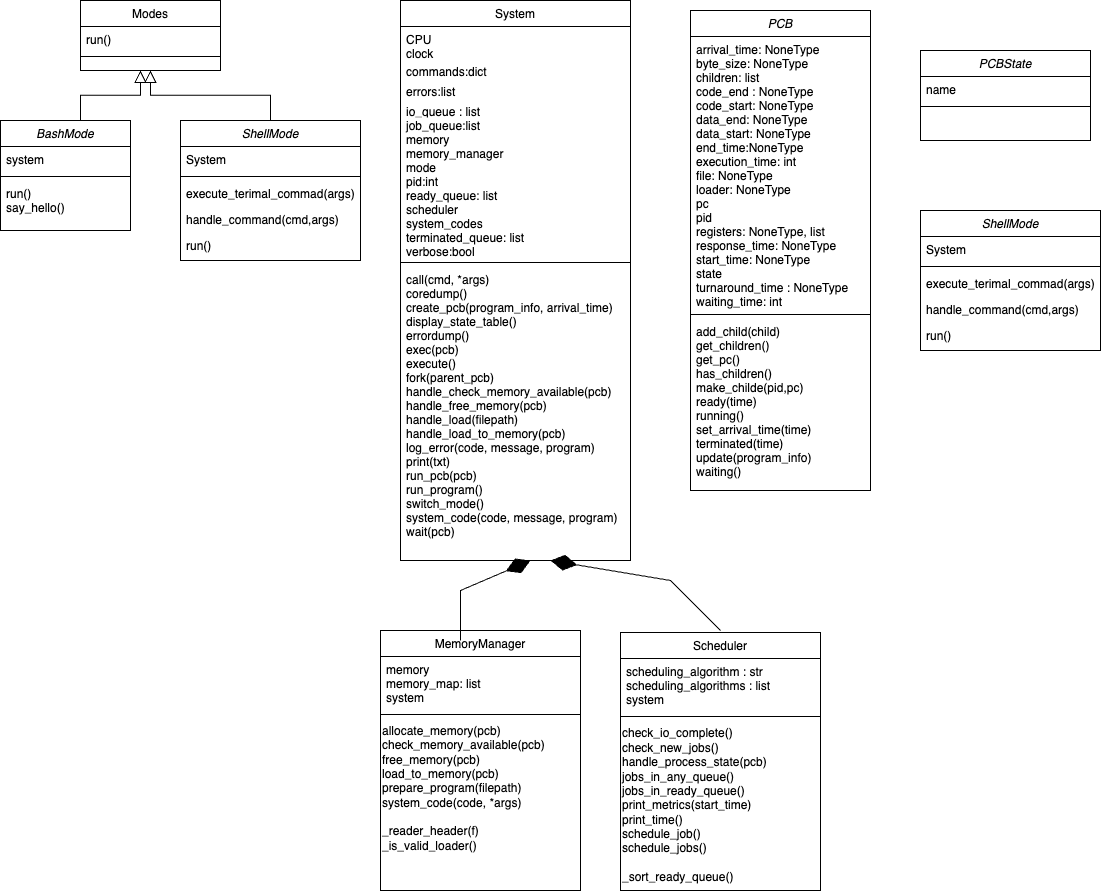
Before: directions/M3_class_diagram.drawio.png, a diagram exported from draw.io (Luly7/new-repo). Source tidied: cells renumbered, new cells last; positions are measured from the earlier drawing's top-left corner, leaving out a move shared by most shapes.
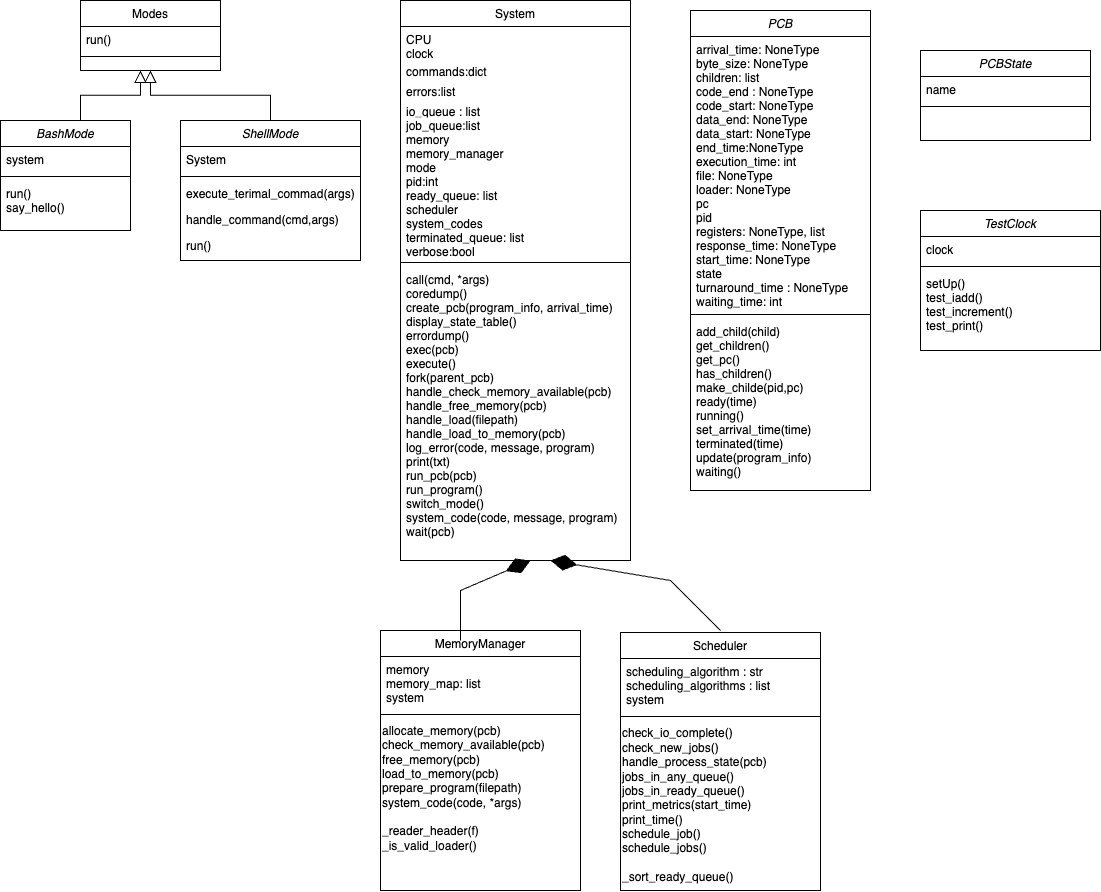
After the commit.

Diff of the diagram source:
```diff
@@ -131,24 +131,18 @@
     <mxCell id="39" value="add_child(child)&#10;get_children()&#10;get_pc()&#10;has_children()&#10;make_childe(pid,pc)&#10;ready(time)&#10;running()&#10;set_arrival_time(time)&#10;terminated(time)&#10;update(program_info)&#10;waiting()&#10;" style="text;align=left;verticalAlign=top;spacingLeft=4;spacingRight=4;overflow=hidden;" parent="36" vertex="1">
       <mxGeometry y="308" width="180" height="172" as="geometry" />
     </mxCell>
-    <mxCell id="40" value="ShellMode" style="swimlane;fontStyle=2;align=center;verticalAlign=top;horizontal=1;startSize=26;rounded=0;shadow=0;strokeWidth=1;" parent="1" vertex="1">
+    <mxCell id="40" value="TestClock" style="swimlane;fontStyle=2;align=center;verticalAlign=top;horizontal=1;startSize=26;rounded=0;shadow=0;strokeWidth=1;" parent="1" vertex="1">
       <mxGeometry x="920" y="210" width="180" height="140" as="geometry" />
     </mxCell>
-    <mxCell id="41" value="System" style="text;align=left;verticalAlign=top;spacingLeft=4;spacingRight=4;overflow=hidden;rounded=0;shadow=0;html=0;" parent="40" vertex="1">
+    <mxCell id="41" value="clock" style="text;align=left;verticalAlign=top;spacingLeft=4;spacingRight=4;overflow=hidden;rounded=0;shadow=0;html=0;" parent="40" vertex="1">
       <mxGeometry y="26" width="180" height="26" as="geometry" />
     </mxCell>
     <mxCell id="42" style="line;html=1;strokeWidth=1;align=left;verticalAlign=middle;spacingTop=-1;spacingLeft=3;spacingRight=3;labelPosition=right;" parent="40" vertex="1">
       <mxGeometry y="52" width="180" height="8" as="geometry" />
     </mxCell>
-    <mxCell id="43" value="execute_terimal_commad(args)" style="text;align=left;verticalAlign=top;spacingLeft=4;spacingRight=4;overflow=hidden;" parent="40" vertex="1">
-      <mxGeometry y="60" width="180" height="26" as="geometry" />
+    <mxCell id="43" value="setUp()&#10;test_iadd()&#10;test_increment()&#10;test_print()" style="text;align=left;verticalAlign=top;spacingLeft=4;spacingRight=4;overflow=hidden;" parent="40" vertex="1">
+      <mxGeometry y="60" width="180" height="70" as="geometry" />
     </mxCell>
-    <mxCell id="44" value="handle_command(cmd,args)" style="text;align=left;verticalAlign=top;spacingLeft=4;spacingRight=4;overflow=hidden;" parent="40" vertex="1">
-      <mxGeometry y="86" width="180" height="26" as="geometry" />
-    </mxCell>
-    <mxCell id="45" value="run()" style="text;align=left;verticalAlign=top;spacingLeft=4;spacingRight=4;overflow=hidden;" parent="40" vertex="1">
-      <mxGeometry y="112" width="180" height="26" as="geometry" />
-    </mxCell>
     <mxCell id="46" value="PCBState" style="swimlane;fontStyle=2;align=center;verticalAlign=top;horizontal=1;startSize=26;rounded=0;shadow=0;strokeWidth=1;" parent="1" vertex="1">
       <mxGeometry x="920" y="50" width="170" height="90" as="geometry" />
     </mxCell>
```
